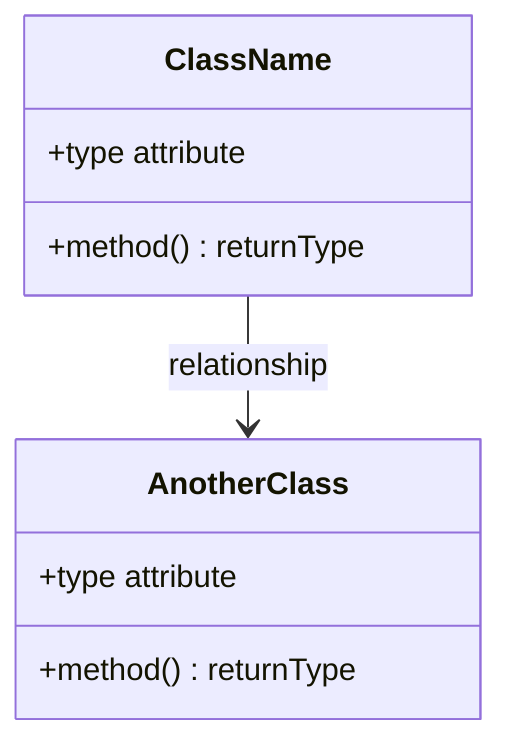
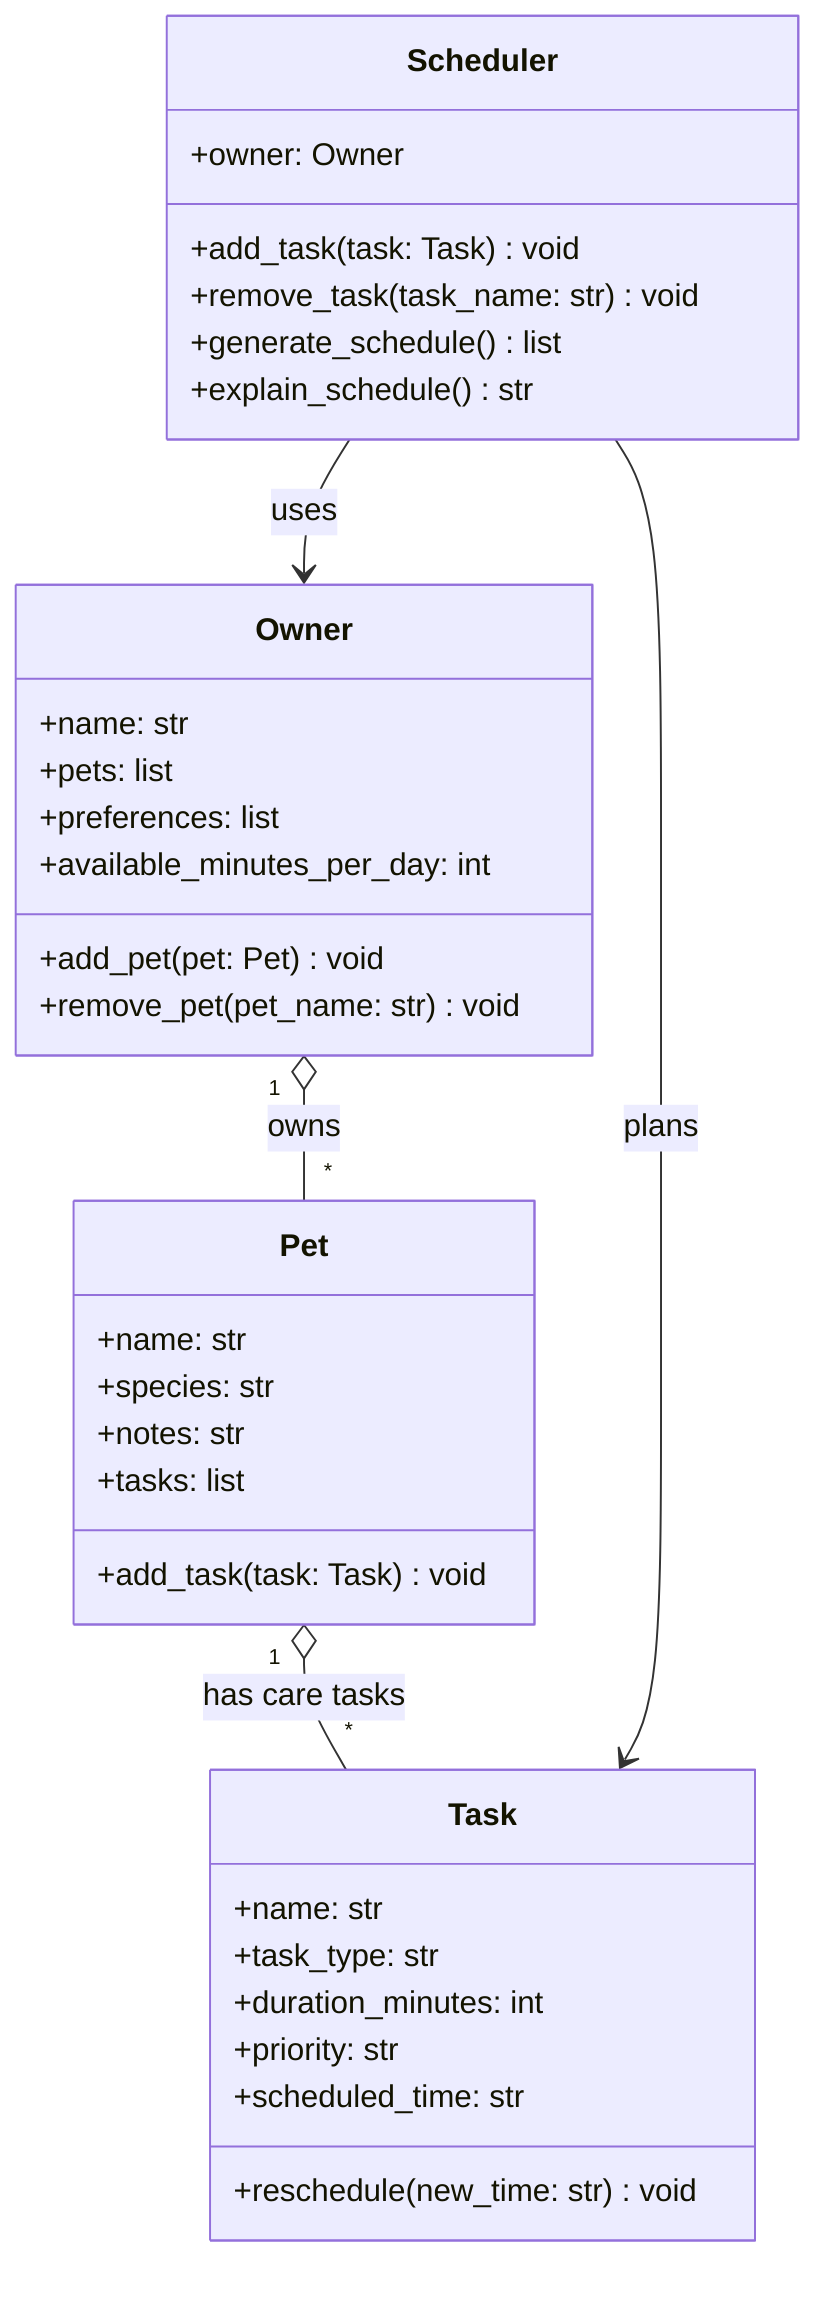
classDiagram
-     %% Replace the placeholders below with your actual classes, attributes, methods, and relationships.
-     %% Keep this file updated so it matches your final implementation.
- 
-     class ClassName {
-         +type attribute
-         +method() returnType
+     class Owner {
+         +name: str
+         +pets: list<Pet>
+         +preferences: list<str>
+         +available_minutes_per_day: int
+         +add_pet(pet: Pet) void
+         +remove_pet(pet_name: str) void
    }

-     class AnotherClass {
-         +type attribute
-         +method() returnType
+     class Pet {
+         +name: str
+         +species: str
+         +notes: str
+         +tasks: list<Task>
+         +add_task(task: Task) void
    }

-     ClassName --> AnotherClass : relationship
+     class Task {
+         +name: str
+         +task_type: str
+         +duration_minutes: int
+         +priority: str
+         +scheduled_time: str
+         +reschedule(new_time: str) void
+     }
+ 
+     class Scheduler {
+         +owner: Owner
+         +add_task(task: Task) void
+         +remove_task(task_name: str) void
+         +generate_schedule() list<Task>
+         +explain_schedule() str
+     }
+ 
+     Owner "1" o-- "*" Pet : owns
+     Pet "1" o-- "*" Task : has care tasks
+     Scheduler --> Owner : uses
+     Scheduler --> Task : plans
